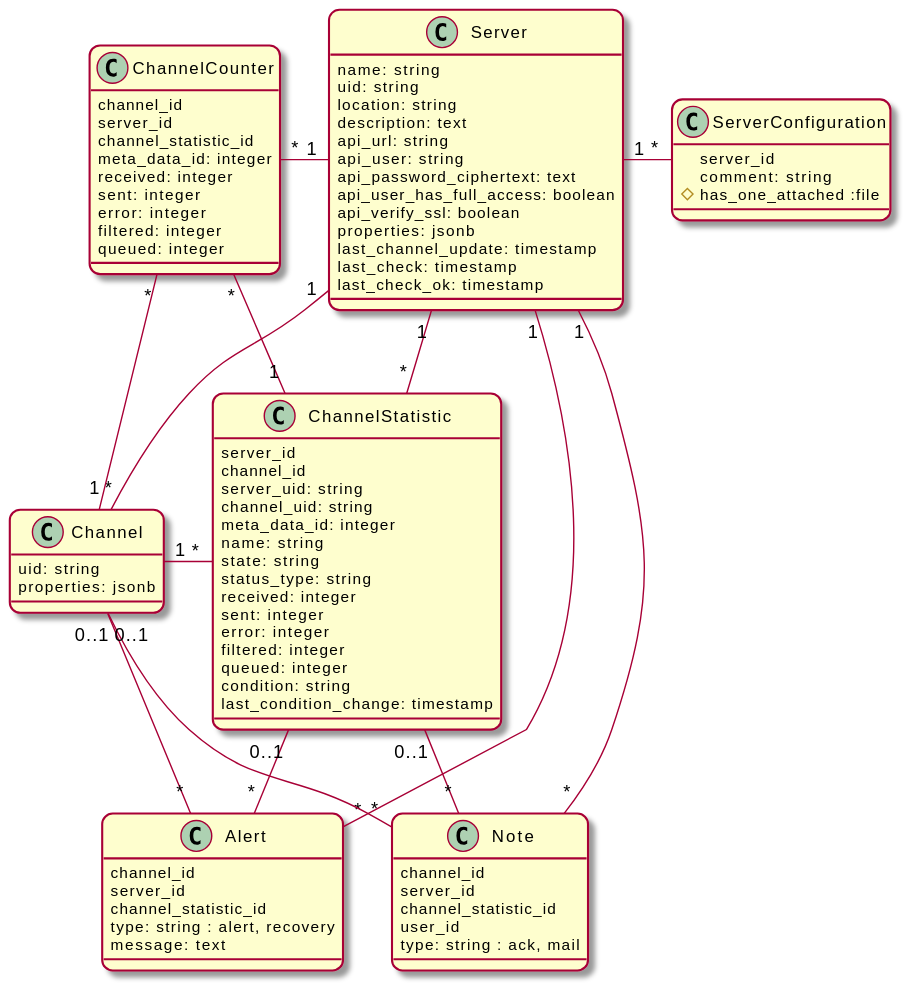
Before: doc/dev-notes/modules/ROOT/images/models.svg, a diagram exported from PlantUML (swobspace/mirco). The source it was exported from:
```plantuml
@startuml
top to bottom direction
skinparam defaultTextAlignment center
skinparam roundCorner 15

class Server  {
  name: string
  uid: string
  location: string
  description: text
  api_url: string
  api_user: string
  api_password_ciphertext: text
  api_user_has_full_access: boolean
  api_verify_ssl: boolean
  properties: jsonb
  last_channel_update: timestamp
  last_check: timestamp
  last_check_ok: timestamp
}

class Channel {
  uid: string
  properties: jsonb
}

class ChannelStatistic {
  server_id
  channel_id
  server_uid: string
  channel_uid: string
  meta_data_id: integer
  name: string
  state: string
  status_type: string
  received: integer
  sent: integer
  error: integer
  filtered: integer
  queued: integer
  condition: string
  last_condition_change: timestamp
}

class ChannelCounter {
  channel_id
  server_id
  channel_statistic_id
  meta_data_id: integer
  received: integer
  sent: integer
  error: integer
  filtered: integer
  queued: integer
}

class Alert {
  channel_id
  server_id
  channel_statistic_id
  type: string : alert, recovery
  message: text
}

class Note {
  channel_id
  server_id
  channel_statistic_id
  user_id
  type: string : ack, mail
}

class ServerConfiguration {
  server_id
  comment: string
  # has_one_attached :file
}

Server "1" -- "*" Channel
Server "1" - "*" ServerConfiguration
Server "1" - "*" ChannelStatistic
Channel "1" - "*" ChannelStatistic
ChannelCounter "*" - "1" Server
ChannelCounter "*" -- "1" Channel
ChannelCounter "*" -- "1" ChannelStatistic
Server "1" -- "*" Alert
Channel "0..1" -- "*" Alert
ChannelStatistic "0..1" -- "*" Alert
Server "1" -- "*" Note
Channel "0..1" -- "*" Note
ChannelStatistic "0..1" -- "*" Note

@enduml
```
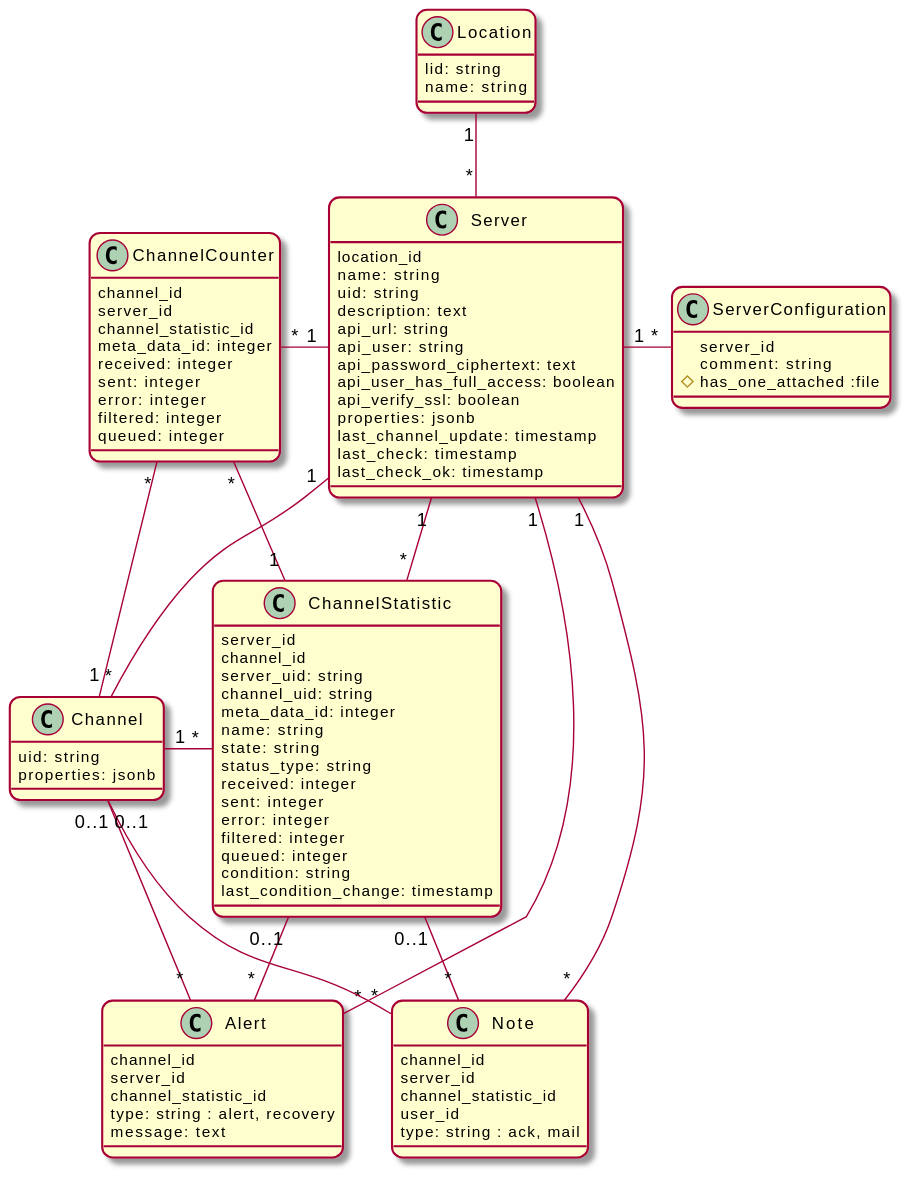
The same diagram one commit later.

The edit, as a diff of the source:
```diff
@@ -3,10 +3,15 @@
 skinparam defaultTextAlignment center
 skinparam roundCorner 15
 
+class Location {
+  lid: string
+  name: string
+}
+
 class Server  {
+  location_id
   name: string
   uid: string
-  location: string
   description: text
   api_url: string
   api_user: string
@@ -76,6 +81,7 @@
   # has_one_attached :file
 }
 
+Location "1" -- "*" Server
 Server "1" -- "*" Channel
 Server "1" - "*" ServerConfiguration
 Server "1" - "*" ChannelStatistic
```
